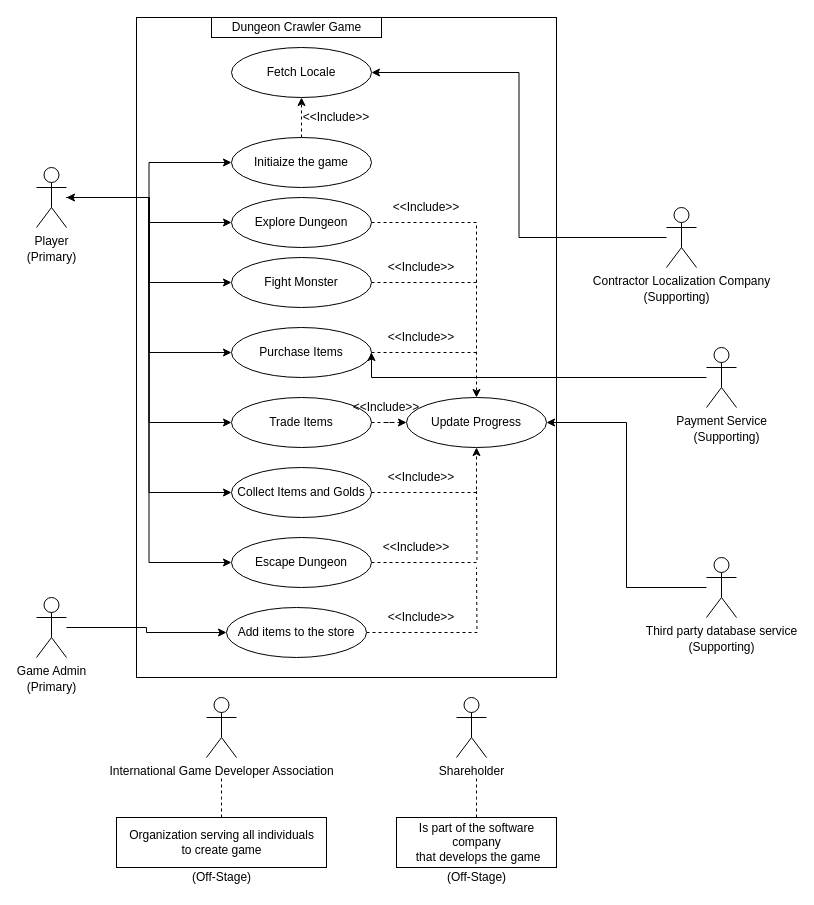
This is .diagrams/UseCaseDiagram.drawio from jelkewcharoen/DungeonCrawlerGame, a draw.io file, before an edit. Source tidied: cells renumbered, new cells numbered last; positions are measured from the earlier drawing's top-left corner, leaving out a move shared by most shapes. Both pictures are drawn from the tidied source at 100%, with x=0, y=0 at pixel (21, 17).
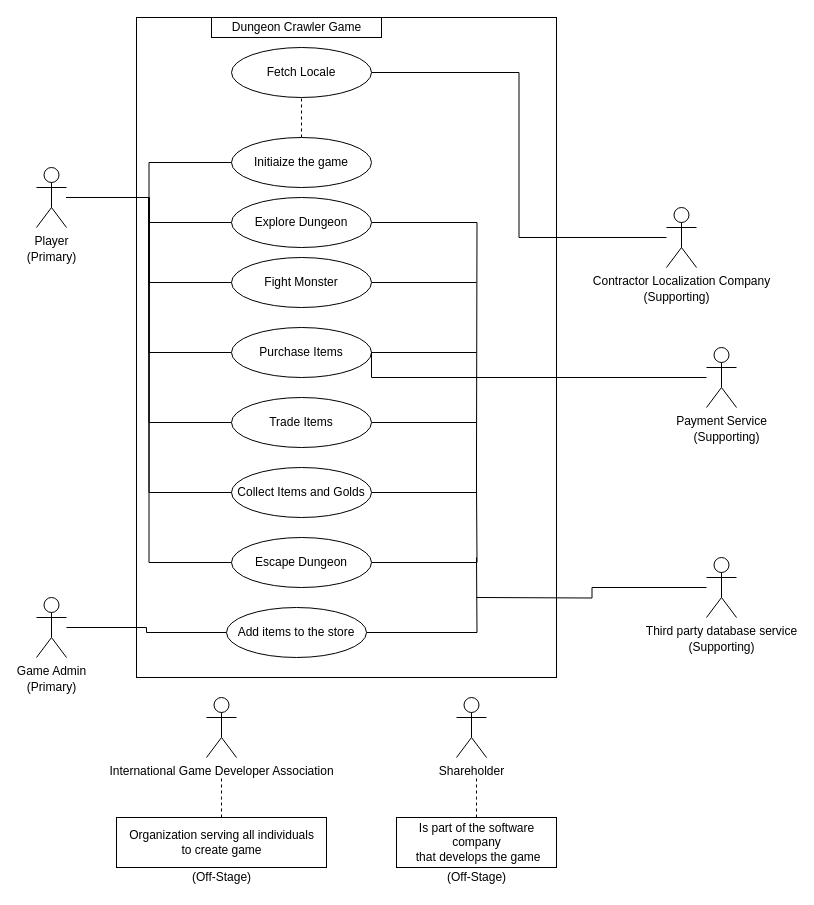
The same diagram, later.

Unchanged cells that the change refers to:
```xml
<mxCell id="10" value="Player" style="shape=umlActor;verticalLabelPosition=bottom;verticalAlign=top;html=1;" parent="1" vertex="1">
  <mxGeometry x="15" y="150" width="30" height="60" as="geometry" />
</mxCell>
<mxCell id="12" value="Third party database service" style="shape=umlActor;verticalLabelPosition=bottom;verticalAlign=top;html=1;" parent="1" vertex="1">
  <mxGeometry x="685" y="540" width="30" height="60" as="geometry" />
</mxCell>
<mxCell id="14" value="Contractor Localization Company" style="shape=umlActor;verticalLabelPosition=bottom;verticalAlign=top;html=1;" parent="1" vertex="1">
  <mxGeometry x="645" y="190" width="30" height="60" as="geometry" />
</mxCell>
<mxCell id="16" value="Game Admin" style="shape=umlActor;verticalLabelPosition=bottom;verticalAlign=top;html=1;" parent="1" vertex="1">
  <mxGeometry x="15" y="580" width="30" height="60" as="geometry" />
</mxCell>
<mxCell id="24" value="Explore Dungeon" style="ellipse;whiteSpace=wrap;html=1;" parent="1" vertex="1">
  <mxGeometry x="210" y="180" width="140" height="50" as="geometry" />
</mxCell>
<mxCell id="26" value="Fight Monster" style="ellipse;whiteSpace=wrap;html=1;" parent="1" vertex="1">
  <mxGeometry x="210" y="240" width="140" height="50" as="geometry" />
</mxCell>
<mxCell id="28" value="Collect Items and Golds" style="ellipse;whiteSpace=wrap;html=1;" parent="1" vertex="1">
  <mxGeometry x="210" y="450" width="140" height="50" as="geometry" />
</mxCell>
<mxCell id="30" value="Purchase Items" style="ellipse;whiteSpace=wrap;html=1;" parent="1" vertex="1">
  <mxGeometry x="210" y="310" width="140" height="50" as="geometry" />
</mxCell>
<mxCell id="32" value="Payment Service" style="shape=umlActor;verticalLabelPosition=bottom;verticalAlign=top;html=1;" parent="1" vertex="1">
  <mxGeometry x="685" y="330" width="30" height="60" as="geometry" />
</mxCell>
<mxCell id="41" value="Escape Dungeon" style="ellipse;whiteSpace=wrap;html=1;" parent="1" vertex="1">
  <mxGeometry x="210" y="520" width="140" height="50" as="geometry" />
</mxCell>
<mxCell id="43" value="Add items to the store" style="ellipse;whiteSpace=wrap;html=1;" parent="1" vertex="1">
  <mxGeometry x="205" y="590" width="140" height="50" as="geometry" />
</mxCell>
<mxCell id="45" value="Trade Items" style="ellipse;whiteSpace=wrap;html=1;" parent="1" vertex="1">
  <mxGeometry x="210" y="380" width="140" height="50" as="geometry" />
</mxCell>
<mxCell id="46" value="Fetch Locale" style="ellipse;whiteSpace=wrap;html=1;" parent="1" vertex="1">
  <mxGeometry x="210" y="30" width="140" height="50" as="geometry" />
</mxCell>
<mxCell id="48" value="Initiaize the game" style="ellipse;whiteSpace=wrap;html=1;" parent="1" vertex="1">
  <mxGeometry x="210" y="120" width="140" height="50" as="geometry" />
</mxCell>
```

The edit, as a diff of the source:
```diff
@@
-    <mxCell id="3" style="edgeStyle=orthogonalEdgeStyle;rounded=0;jettySize=auto;html=1;entryX=0;entryY=0.5;entryDx=0;entryDy=0;endArrow=classic;endFill=1;" parent="1" edge="1" source="10" target="24">
+    <mxCell id="3" style="edgeStyle=orthogonalEdgeStyle;rounded=0;jettySize=auto;html=1;entryX=0;entryY=0.5;entryDx=0;entryDy=0;endArrow=none;endFill=0;" parent="1" edge="1" source="10" target="24">
       <mxGeometry relative="1" as="geometry" />
     </mxCell>
-    <mxCell id="4" style="edgeStyle=orthogonalEdgeStyle;rounded=0;jettySize=auto;html=1;entryX=0;entryY=0.5;entryDx=0;entryDy=0;endArrow=classic;endFill=1;" parent="1" edge="1" source="10" target="26">
+    <mxCell id="4" style="edgeStyle=orthogonalEdgeStyle;rounded=0;jettySize=auto;html=1;entryX=0;entryY=0.5;entryDx=0;entryDy=0;endArrow=none;endFill=0;" parent="1" edge="1" source="10" target="26">
       <mxGeometry relative="1" as="geometry" />
     </mxCell>
-    <mxCell id="5" style="edgeStyle=orthogonalEdgeStyle;rounded=0;jettySize=auto;html=1;entryX=0;entryY=0.5;entryDx=0;entryDy=0;endArrow=classic;endFill=1;" parent="1" edge="1" source="10" target="30">
+    <mxCell id="5" style="edgeStyle=orthogonalEdgeStyle;rounded=0;jettySize=auto;html=1;entryX=0;entryY=0.5;entryDx=0;entryDy=0;endArrow=none;endFill=0;" parent="1" edge="1" source="10" target="30">
       <mxGeometry relative="1" as="geometry" />
     </mxCell>
-    <mxCell id="6" style="edgeStyle=orthogonalEdgeStyle;rounded=0;jettySize=auto;html=1;entryX=0;entryY=0.5;entryDx=0;entryDy=0;endArrow=classic;endFill=1;" parent="1" edge="1" source="10" target="45">
+    <mxCell id="6" style="edgeStyle=orthogonalEdgeStyle;rounded=0;jettySize=auto;html=1;entryX=0;entryY=0.5;entryDx=0;entryDy=0;endArrow=none;endFill=0;" parent="1" edge="1" source="10" target="45">
       <mxGeometry relative="1" as="geometry" />
     </mxCell>
-    <mxCell id="7" style="edgeStyle=orthogonalEdgeStyle;rounded=0;jettySize=auto;html=1;entryX=0;entryY=0.5;entryDx=0;entryDy=0;endArrow=classic;endFill=1;" parent="1" edge="1" source="10" target="28">
+    <mxCell id="7" style="edgeStyle=orthogonalEdgeStyle;rounded=0;jettySize=auto;html=1;entryX=0;entryY=0.5;entryDx=0;entryDy=0;endArrow=none;endFill=0;" parent="1" edge="1" source="10" target="28">
       <mxGeometry relative="1" as="geometry" />
     </mxCell>
-    <mxCell id="8" style="edgeStyle=orthogonalEdgeStyle;rounded=0;jettySize=auto;html=1;entryX=0;entryY=0.5;entryDx=0;entryDy=0;endArrow=classic;endFill=1;" parent="1" edge="1" source="10" target="41">
+    <mxCell id="8" style="edgeStyle=orthogonalEdgeStyle;rounded=0;jettySize=auto;html=1;entryX=0;entryY=0.5;entryDx=0;entryDy=0;endArrow=none;endFill=0;" parent="1" edge="1" source="10" target="41">
       <mxGeometry relative="1" as="geometry" />
     </mxCell>
-    <mxCell id="9" style="edgeStyle=orthogonalEdgeStyle;rounded=0;jettySize=auto;html=1;entryX=0;entryY=0.5;entryDx=0;entryDy=0;startArrow=classic;startFill=1;endArrow=classic;endFill=1;" parent="1" edge="1" source="10" target="48">
+    <mxCell id="9" style="edgeStyle=orthogonalEdgeStyle;rounded=0;jettySize=auto;html=1;entryX=0;entryY=0.5;entryDx=0;entryDy=0;startArrow=none;startFill=0;endArrow=none;endFill=0;" parent="1" edge="1" source="10" target="48">
       <mxGeometry relative="1" as="geometry" />
     </mxCell>
@@
-    <mxCell id="11" style="edgeStyle=orthogonalEdgeStyle;rounded=0;jettySize=auto;html=1;entryX=1;entryY=0.5;entryDx=0;entryDy=0;startArrow=none;startFill=0;endArrow=classic;endFill=1;" parent="1" edge="1" source="12" target="51">
-      <mxGeometry relative="1" as="geometry" />
-    </mxCell>
+    <mxCell id="59" style="edgeStyle=orthogonalEdgeStyle;rounded=0;jettySize=auto;html=1;endArrow=none;endFill=0;" parent="1" edge="1" source="12">
+      <mxGeometry relative="1" as="geometry">
+        <mxPoint x="455" y="580" as="targetPoint" />
+      </mxGeometry>
+    </mxCell>
@@
-    <mxCell id="13" style="edgeStyle=orthogonalEdgeStyle;rounded=0;jettySize=auto;html=1;entryX=1;entryY=0.5;entryDx=0;entryDy=0;endArrow=classic;endFill=1;startArrow=none;startFill=0;" parent="1" edge="1" source="14" target="46">
+    <mxCell id="13" style="edgeStyle=orthogonalEdgeStyle;rounded=0;jettySize=auto;html=1;entryX=1;entryY=0.5;entryDx=0;entryDy=0;endArrow=none;endFill=0;startArrow=none;startFill=0;" parent="1" edge="1" source="14" target="46">
       <mxGeometry relative="1" as="geometry" />
     </mxCell>
@@
-    <mxCell id="15" style="edgeStyle=orthogonalEdgeStyle;rounded=0;jettySize=auto;html=1;entryX=0;entryY=0.5;entryDx=0;entryDy=0;endArrow=classic;endFill=1;" parent="1" edge="1" source="16" target="43">
+    <mxCell id="15" style="edgeStyle=orthogonalEdgeStyle;rounded=0;jettySize=auto;html=1;entryX=0;entryY=0.5;entryDx=0;entryDy=0;endArrow=none;endFill=0;" parent="1" edge="1" source="16" target="43">
       <mxGeometry relative="1" as="geometry" />
     </mxCell>
@@
-    <mxCell id="23" style="edgeStyle=orthogonalEdgeStyle;rounded=0;jettySize=auto;html=1;startArrow=none;startFill=0;endArrow=classic;endFill=1;dashed=1;entryX=0.5;entryY=0;entryDx=0;entryDy=0;" parent="1" edge="1" source="24" target="51">
-      <mxGeometry relative="1" as="geometry" />
+    <mxCell id="23" style="edgeStyle=orthogonalEdgeStyle;rounded=0;jettySize=auto;html=1;startArrow=none;startFill=0;endArrow=none;endFill=0;" parent="1" edge="1" source="24">
+      <mxGeometry relative="1" as="geometry">
+        <mxPoint x="455" y="440" as="targetPoint" />
+      </mxGeometry>
     </mxCell>
@@
-    <mxCell id="25" style="edgeStyle=orthogonalEdgeStyle;rounded=0;jettySize=auto;html=1;dashed=1;startArrow=none;startFill=0;endArrow=none;endFill=0;" parent="1" edge="1" source="26">
+    <mxCell id="25" style="edgeStyle=orthogonalEdgeStyle;rounded=0;jettySize=auto;html=1;startArrow=none;startFill=0;endArrow=none;endFill=0;" parent="1" edge="1" source="26">
       <mxGeometry relative="1" as="geometry">
         <mxPoint x="455" y="265" as="targetPoint" />
       </mxGeometry>
     </mxCell>
@@
-    <mxCell id="27" style="edgeStyle=orthogonalEdgeStyle;rounded=0;jettySize=auto;html=1;entryX=0.5;entryY=1;entryDx=0;entryDy=0;dashed=1;startArrow=none;startFill=0;endArrow=classic;endFill=1;" parent="1" edge="1" source="28" target="51">
+    <mxCell id="27" style="edgeStyle=orthogonalEdgeStyle;rounded=0;jettySize=auto;html=1;entryX=0.5;entryY=1;entryDx=0;entryDy=0;startArrow=none;startFill=0;endArrow=none;endFill=0;" parent="1" edge="1" source="28">
       <mxGeometry relative="1" as="geometry">
+        <mxPoint x="455" y="430" as="targetPoint" />
         <Array as="points">
           <mxPoint x="455" y="475" />
         </Array>
       </mxGeometry>
     </mxCell>
@@
-    <mxCell id="29" style="edgeStyle=orthogonalEdgeStyle;rounded=0;jettySize=auto;html=1;dashed=1;startArrow=none;startFill=0;endArrow=none;endFill=0;" parent="1" edge="1" source="30">
+    <mxCell id="29" style="edgeStyle=orthogonalEdgeStyle;rounded=0;jettySize=auto;html=1;startArrow=none;startFill=0;endArrow=none;endFill=0;" parent="1" edge="1" source="30">
       <mxGeometry relative="1" as="geometry">
         <mxPoint x="455" y="335" as="targetPoint" />
       </mxGeometry>
     </mxCell>
@@
-    <mxCell id="31" style="edgeStyle=orthogonalEdgeStyle;rounded=0;jettySize=auto;html=1;entryX=1;entryY=0.5;entryDx=0;entryDy=0;endArrow=classic;endFill=1;" parent="1" edge="1" source="32" target="30">
+    <mxCell id="31" style="edgeStyle=orthogonalEdgeStyle;rounded=0;jettySize=auto;html=1;entryX=1;entryY=0.5;entryDx=0;entryDy=0;endArrow=none;endFill=0;" parent="1" edge="1" source="32" target="30">
       <mxGeometry relative="1" as="geometry">
         <Array as="points">
           <mxPoint x="350" y="360" />
         </Array>
       </mxGeometry>
     </mxCell>
@@
-    <mxCell id="40" style="edgeStyle=orthogonalEdgeStyle;rounded=0;jettySize=auto;html=1;dashed=1;startArrow=none;startFill=0;endArrow=none;endFill=0;" parent="1" edge="1" source="41">
+    <mxCell id="40" style="edgeStyle=orthogonalEdgeStyle;rounded=0;jettySize=auto;html=1;startArrow=none;startFill=0;endArrow=none;endFill=0;" parent="1" edge="1" source="41">
       <mxGeometry relative="1" as="geometry">
         <mxPoint x="455" y="470" as="targetPoint" />
       </mxGeometry>
     </mxCell>
@@
-    <mxCell id="42" style="edgeStyle=orthogonalEdgeStyle;rounded=0;jettySize=auto;html=1;dashed=1;startArrow=none;startFill=0;endArrow=none;endFill=0;" parent="1" edge="1" source="43">
+    <mxCell id="42" style="edgeStyle=orthogonalEdgeStyle;rounded=0;jettySize=auto;html=1;startArrow=none;startFill=0;endArrow=none;endFill=0;" parent="1" edge="1" source="43">
       <mxGeometry relative="1" as="geometry">
-        <mxPoint x="455" y="550" as="targetPoint" />
+        <mxPoint x="455" y="540" as="targetPoint" />
       </mxGeometry>
     </mxCell>
@@
-    <mxCell id="44" style="edgeStyle=orthogonalEdgeStyle;rounded=0;jettySize=auto;html=1;entryX=0;entryY=0.5;entryDx=0;entryDy=0;dashed=1;startArrow=none;startFill=0;endArrow=classic;endFill=1;" parent="1" edge="1" source="45" target="51">
-      <mxGeometry relative="1" as="geometry" />
+    <mxCell id="44" style="edgeStyle=orthogonalEdgeStyle;rounded=0;jettySize=auto;html=1;startArrow=none;startFill=0;endArrow=none;endFill=0;" parent="1" edge="1" source="45">
+      <mxGeometry relative="1" as="geometry">
+        <mxPoint x="455" y="405" as="targetPoint" />
+      </mxGeometry>
     </mxCell>
@@
-    <mxCell id="47" style="edgeStyle=orthogonalEdgeStyle;rounded=0;jettySize=auto;html=1;entryX=0.5;entryY=1;entryDx=0;entryDy=0;startArrow=none;startFill=0;endArrow=classic;endFill=1;dashed=1;" parent="1" edge="1" source="48" target="46">
+    <mxCell id="47" style="edgeStyle=orthogonalEdgeStyle;rounded=0;jettySize=auto;html=1;entryX=0.5;entryY=1;entryDx=0;entryDy=0;startArrow=none;startFill=0;endArrow=none;endFill=0;dashed=1;" parent="1" edge="1" source="48" target="46">
       <mxGeometry relative="1" as="geometry" />
     </mxCell>
@@
-    <mxCell id="50" value="&amp;lt;&amp;lt;Include&amp;gt;&amp;gt;" style="text;html=1;strokeColor=none;fillColor=none;align=center;verticalAlign=middle;whiteSpace=wrap;rounded=0;" parent="1" vertex="1">
-      <mxGeometry x="295" y="90" width="40" height="20" as="geometry" />
-    </mxCell>
-    <mxCell id="51" value="Update Progress" style="ellipse;whiteSpace=wrap;html=1;" parent="1" vertex="1">
-      <mxGeometry x="385" y="380" width="140" height="50" as="geometry" />
-    </mxCell>
-    <mxCell id="52" value="&amp;lt;&amp;lt;Include&amp;gt;&amp;gt;" style="text;html=1;strokeColor=none;fillColor=none;align=center;verticalAlign=middle;whiteSpace=wrap;rounded=0;" parent="1" vertex="1">
-      <mxGeometry x="380" y="310" width="40" height="20" as="geometry" />
-    </mxCell>
-    <mxCell id="53" value="&amp;lt;&amp;lt;Include&amp;gt;&amp;gt;" style="text;html=1;strokeColor=none;fillColor=none;align=center;verticalAlign=middle;whiteSpace=wrap;rounded=0;" parent="1" vertex="1">
-      <mxGeometry x="385" y="180" width="40" height="20" as="geometry" />
-    </mxCell>
-    <mxCell id="54" value="&amp;lt;&amp;lt;Include&amp;gt;&amp;gt;" style="text;html=1;strokeColor=none;fillColor=none;align=center;verticalAlign=middle;whiteSpace=wrap;rounded=0;" parent="1" vertex="1">
-      <mxGeometry x="380" y="240" width="40" height="20" as="geometry" />
-    </mxCell>
-    <mxCell id="55" value="&amp;lt;&amp;lt;Include&amp;gt;&amp;gt;" style="text;html=1;strokeColor=none;fillColor=none;align=center;verticalAlign=middle;whiteSpace=wrap;rounded=0;" parent="1" vertex="1">
-      <mxGeometry x="375" y="520" width="40" height="20" as="geometry" />
-    </mxCell>
-    <mxCell id="56" value="&amp;lt;&amp;lt;Include&amp;gt;&amp;gt;" style="text;html=1;strokeColor=none;fillColor=none;align=center;verticalAlign=middle;whiteSpace=wrap;rounded=0;" parent="1" vertex="1">
-      <mxGeometry x="380" y="590" width="40" height="20" as="geometry" />
-    </mxCell>
-    <mxCell id="57" value="&amp;lt;&amp;lt;Include&amp;gt;&amp;gt;" style="text;html=1;strokeColor=none;fillColor=none;align=center;verticalAlign=middle;whiteSpace=wrap;rounded=0;" parent="1" vertex="1">
-      <mxGeometry x="380" y="450" width="40" height="20" as="geometry" />
-    </mxCell>
-    <mxCell id="58" value="&amp;lt;&amp;lt;Include&amp;gt;&amp;gt;" style="text;html=1;strokeColor=none;fillColor=none;align=center;verticalAlign=middle;whiteSpace=wrap;rounded=0;" parent="1" vertex="1">
-      <mxGeometry x="345" y="380" width="40" height="20" as="geometry" />
-    </mxCell>
```
